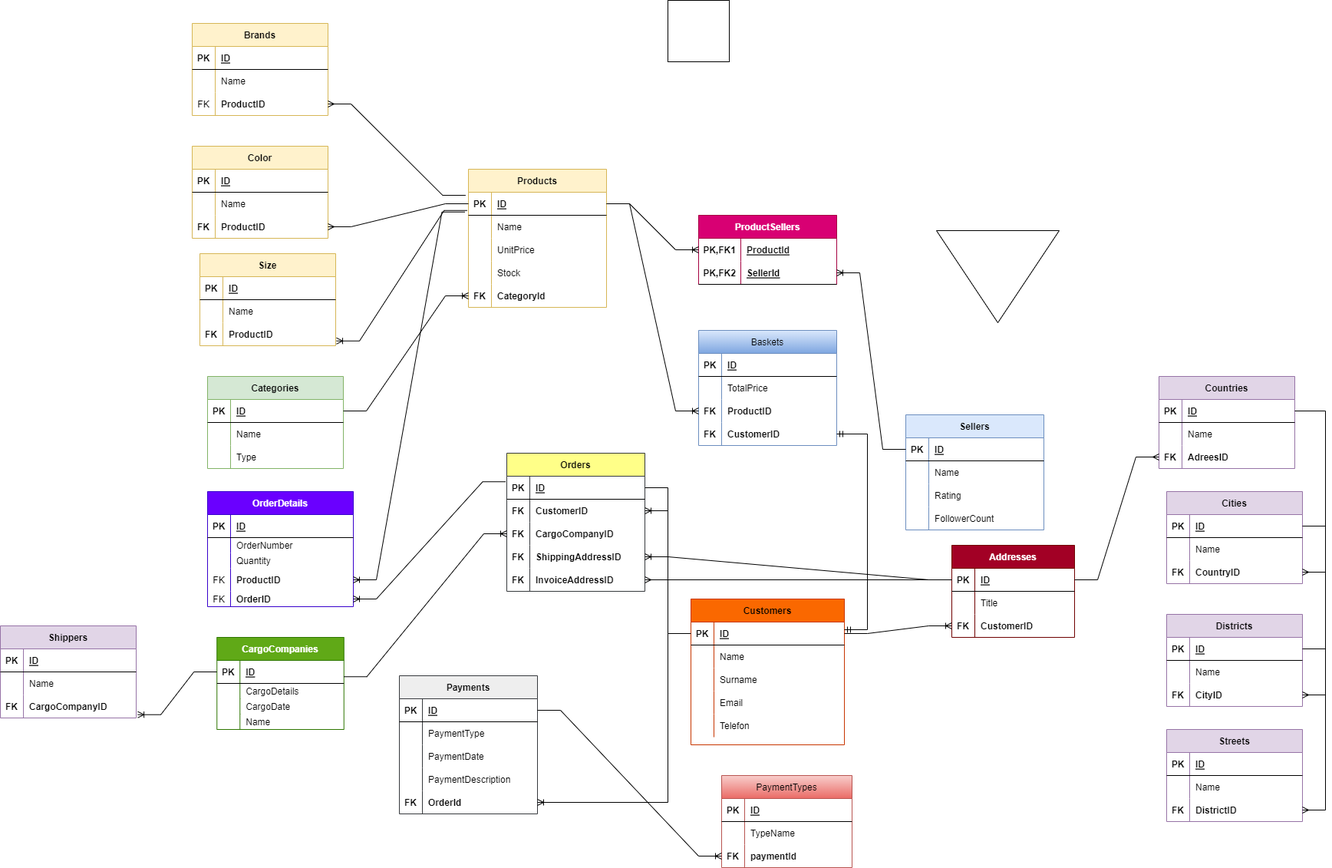
Earlier version of the draw.io export OnekDiagram.drawio.png (cigdemtok/AkademiEgitimlerim). Source tidied: cells renumbered, new cells last; positions are measured from the earlier drawing's top-left corner, leaving out a move shared by most shapes.
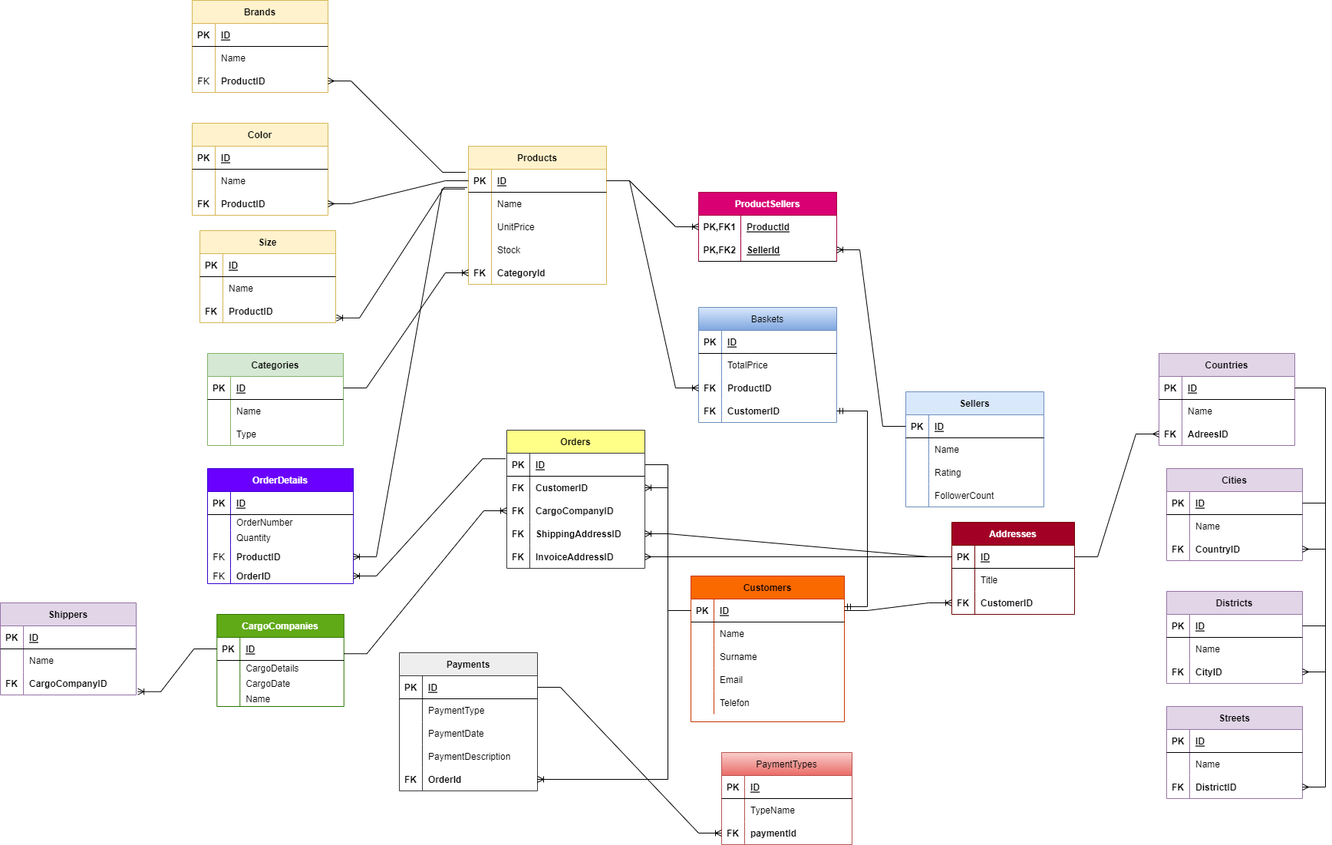
Later version of the same file.

Change to the diagram source:
```diff
@@ -778,11 +778,5 @@
     <mxCell id="259" style="edgeStyle=entityRelationEdgeStyle;fontSize=12;html=1;endArrow=ERmany;rounded=0;entryX=1;entryY=0.5;entryDx=0;entryDy=0;exitX=0;exitY=0.5;exitDx=0;exitDy=0;" parent="1" edge="1" source="45" target="145">
       <mxGeometry relative="1" as="geometry" />
     </mxCell>
-    <mxCell id="260" style="triangle;whiteSpace=wrap;html=1;direction=south;" parent="1" vertex="1">
-      <mxGeometry x="1220" y="300" width="160" height="120" as="geometry" />
-    </mxCell>
-    <mxCell id="261" style="whiteSpace=wrap;html=1;" parent="1" vertex="1">
-      <mxGeometry x="870" width="80" height="80" as="geometry" />
-    </mxCell>
   </root>
 </mxGraphModel>
```
